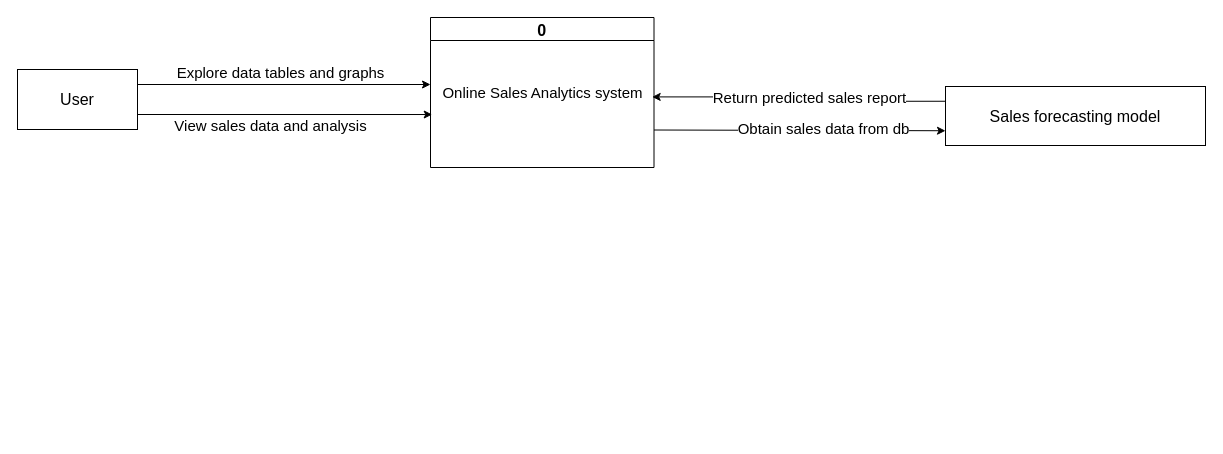
This is Level0dfd.drawio from KinuthiaWambugu/Laravel9E, a draw.io file, before an edit. Source tidied: cells renumbered, new cells numbered last; positions are measured from the earlier drawing's top-left corner, leaving out a move shared by most shapes. Both pictures are drawn from the tidied source at 100%, with x=0, y=0 at pixel (17, 17).
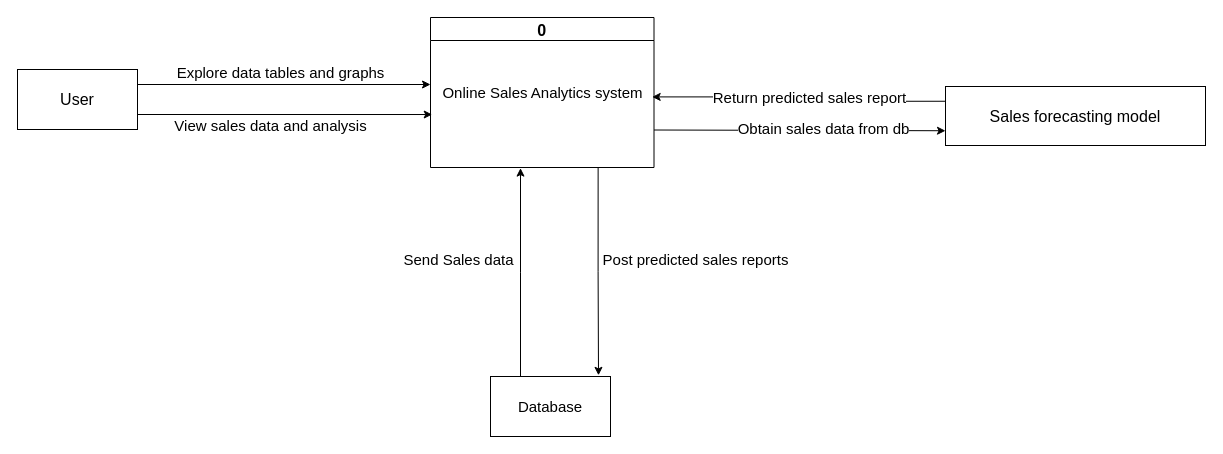
The same diagram, later.

The change refers to these unchanged cells:
```xml
<mxCell id="4" value="0" style="swimlane;fontSize=16;" parent="1" vertex="1">
  <mxGeometry x="413" width="223.5" height="150" as="geometry" />
</mxCell>
```

What changed in the source:
```diff
@@
+    <mxCell id="14" style="edgeStyle=orthogonalEdgeStyle;rounded=0;jettySize=auto;html=1;exitX=0.75;exitY=1;exitDx=0;exitDy=0;" parent="1" edge="1" source="4">
+      <mxGeometry relative="1" as="geometry">
+        <mxPoint x="581" y="357.8" as="targetPoint" />
+      </mxGeometry>
+    </mxCell>
+    <mxCell id="15" value="&lt;font style=&quot;font-size: 15px;&quot;&gt;Post predicted sales reports&lt;/font&gt;" style="edgeLabel;html=1;align=center;verticalAlign=middle;" parent="14" vertex="1">
+      <mxGeometry x="0.01" y="1" relative="1" as="geometry">
+        <mxPoint x="95" y="-13" as="offset" />
+      </mxGeometry>
+    </mxCell>
@@
+    <mxCell id="16" style="edgeStyle=orthogonalEdgeStyle;rounded=0;jettySize=auto;html=1;exitX=0.25;exitY=0;exitDx=0;exitDy=0;" parent="1" edge="1" source="18">
+      <mxGeometry relative="1" as="geometry">
+        <mxPoint x="503" y="150.6" as="targetPoint" />
+      </mxGeometry>
+    </mxCell>
+    <mxCell id="17" value="&lt;font style=&quot;font-size: 15px;&quot;&gt;Send Sales data&lt;/font&gt;" style="edgeLabel;html=1;align=center;verticalAlign=middle;" parent="16" vertex="1">
+      <mxGeometry x="0.18" y="2" relative="1" as="geometry">
+        <mxPoint x="-61" y="5" as="offset" />
+      </mxGeometry>
+    </mxCell>
+    <mxCell id="18" value="&lt;font style=&quot;font-size: 15px;&quot;&gt;Database&lt;/font&gt;" style="rounded=0;whiteSpace=wrap;html=1;" parent="1" vertex="1">
+      <mxGeometry x="473" y="359" width="120" height="60" as="geometry" />
+    </mxCell>
```
